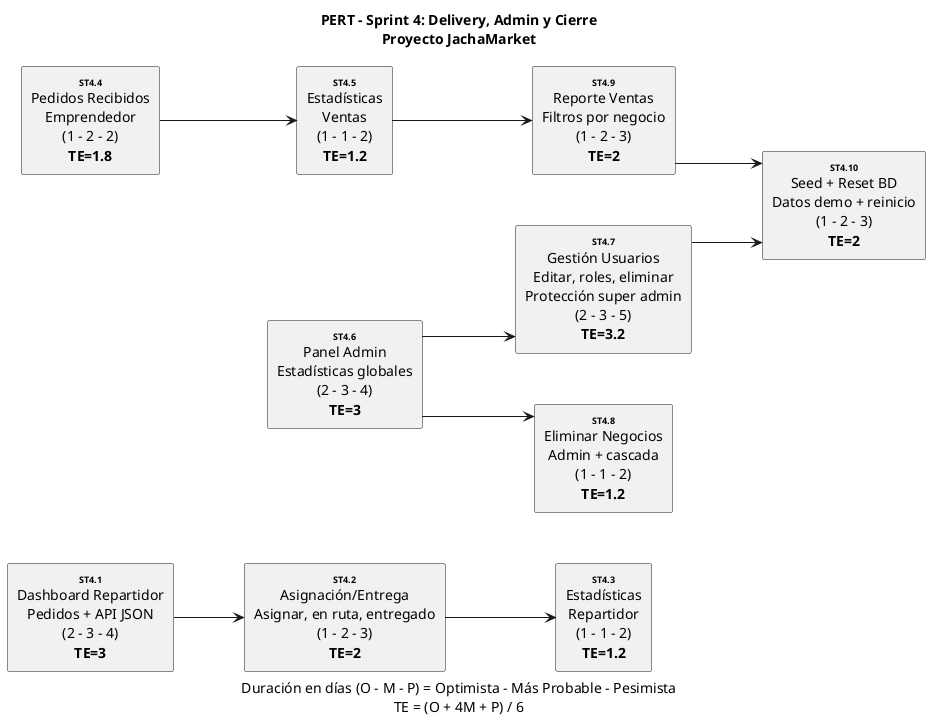
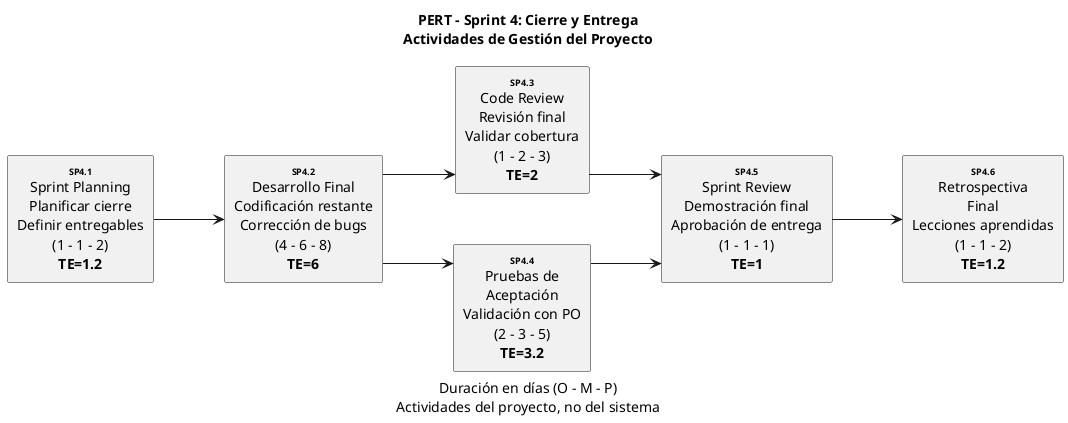
@startuml
- title PERT - Sprint 4: Delivery, Admin y Cierre\nProyecto JachaMarket
- caption Duración en días (O - M - P) = Optimista - Más Probable - Pesimista\nTE = (O + 4M + P) / 6
+ title PERT - Sprint 4: Cierre y Entrega\nActividades de Gestión del Proyecto
+ caption Duración en días (O - M - P)\nActividades del proyecto, no del sistema

skinparam linetype ortho
skinparam defaultTextAlignment center
skinparam nodeSep 50
skinparam rankSep 70

left to right direction

- rectangle "<size:9><b>ST4.1</b></size>\nDashboard Repartidor\nPedidos + API JSON\n(2 - 3 - 4)\n<b>TE=3</b>" as T01
- rectangle "<size:9><b>ST4.2</b></size>\nAsignación/Entrega\nAsignar, en ruta, entregado\n(1 - 2 - 3)\n<b>TE=2</b>" as T02
- rectangle "<size:9><b>ST4.3</b></size>\nEstadísticas\nRepartidor\n(1 - 1 - 2)\n<b>TE=1.2</b>" as T03
- rectangle "<size:9><b>ST4.4</b></size>\nPedidos Recibidos\nEmprendedor\n(1 - 2 - 2)\n<b>TE=1.8</b>" as T04
- rectangle "<size:9><b>ST4.5</b></size>\nEstadísticas\nVentas\n(1 - 1 - 2)\n<b>TE=1.2</b>" as T05
- rectangle "<size:9><b>ST4.6</b></size>\nPanel Admin\nEstadísticas globales\n(2 - 3 - 4)\n<b>TE=3</b>" as T06
- rectangle "<size:9><b>ST4.7</b></size>\nGestión Usuarios\nEditar, roles, eliminar\nProtección super admin\n(2 - 3 - 5)\n<b>TE=3.2</b>" as T07
- rectangle "<size:9><b>ST4.8</b></size>\nEliminar Negocios\nAdmin + cascada\n(1 - 1 - 2)\n<b>TE=1.2</b>" as T08
- rectangle "<size:9><b>ST4.9</b></size>\nReporte Ventas\nFiltros por negocio\n(1 - 2 - 3)\n<b>TE=2</b>" as T09
- rectangle "<size:9><b>ST4.10</b></size>\nSeed + Reset BD\nDatos demo + reinicio\n(1 - 2 - 3)\n<b>TE=2</b>" as T10
+ rectangle "<size:9><b>SP4.1</b></size>\nSprint Planning\nPlanificar cierre\nDefinir entregables\n(1 - 1 - 2)\n<b>TE=1.2</b>" as T01
+ rectangle "<size:9><b>SP4.2</b></size>\nDesarrollo Final\nCodificación restante\nCorrección de bugs\n(4 - 6 - 8)\n<b>TE=6</b>" as T02
+ rectangle "<size:9><b>SP4.3</b></size>\nCode Review\nRevisión final\nValidar cobertura\n(1 - 2 - 3)\n<b>TE=2</b>" as T03
+ rectangle "<size:9><b>SP4.4</b></size>\nPruebas de\nAceptación\nValidación con PO\n(2 - 3 - 5)\n<b>TE=3.2</b>" as T04
+ rectangle "<size:9><b>SP4.5</b></size>\nSprint Review\nDemostración final\nAprobación de entrega\n(1 - 1 - 1)\n<b>TE=1</b>" as T05
+ rectangle "<size:9><b>SP4.6</b></size>\nRetrospectiva\nFinal\nLecciones aprendidas\n(1 - 1 - 2)\n<b>TE=1.2</b>" as T06

T01 --> T02
T02 --> T03
- 
+ T02 --> T04
+ T03 --> T05
T04 --> T05
- T05 --> T09
- 
- T06 --> T07
- T06 --> T08
- T07 --> T10
- T09 --> T10
+ T05 --> T06

@enduml
